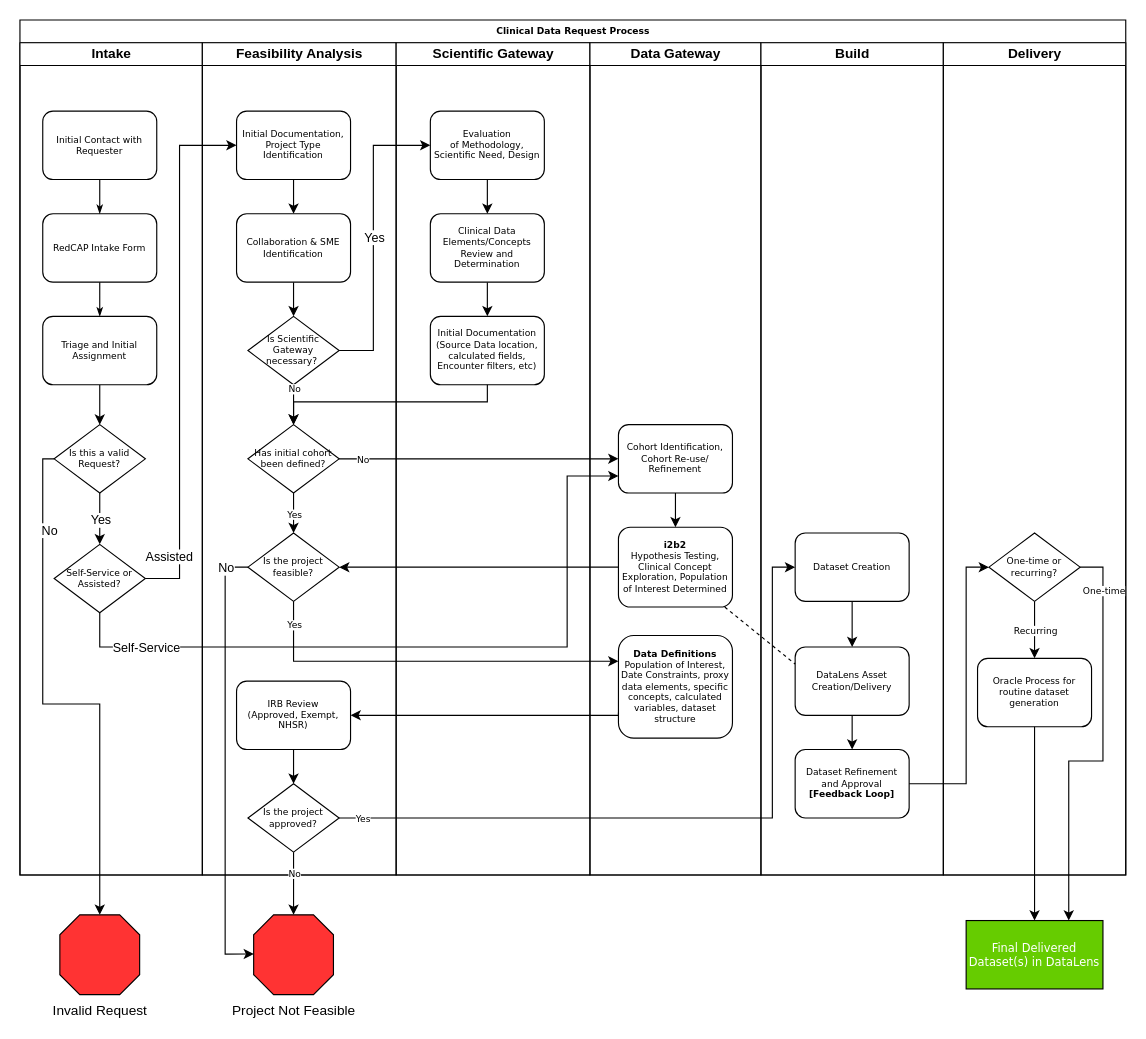
Earlier version of the draw.io diagram page "Overall Normal Workflow" (1 of 2) of Clinical Data Request.drawio (ntimkovich/UAB-II-Diagrams). Source tidied: cells renumbered, new cells numbered last; positions are measured from the earlier drawing's top-left corner, leaving out a move shared by most shapes. Both pictures are drawn from the tidied source at 114%, with x=0, y=0 at pixel (19, 19).
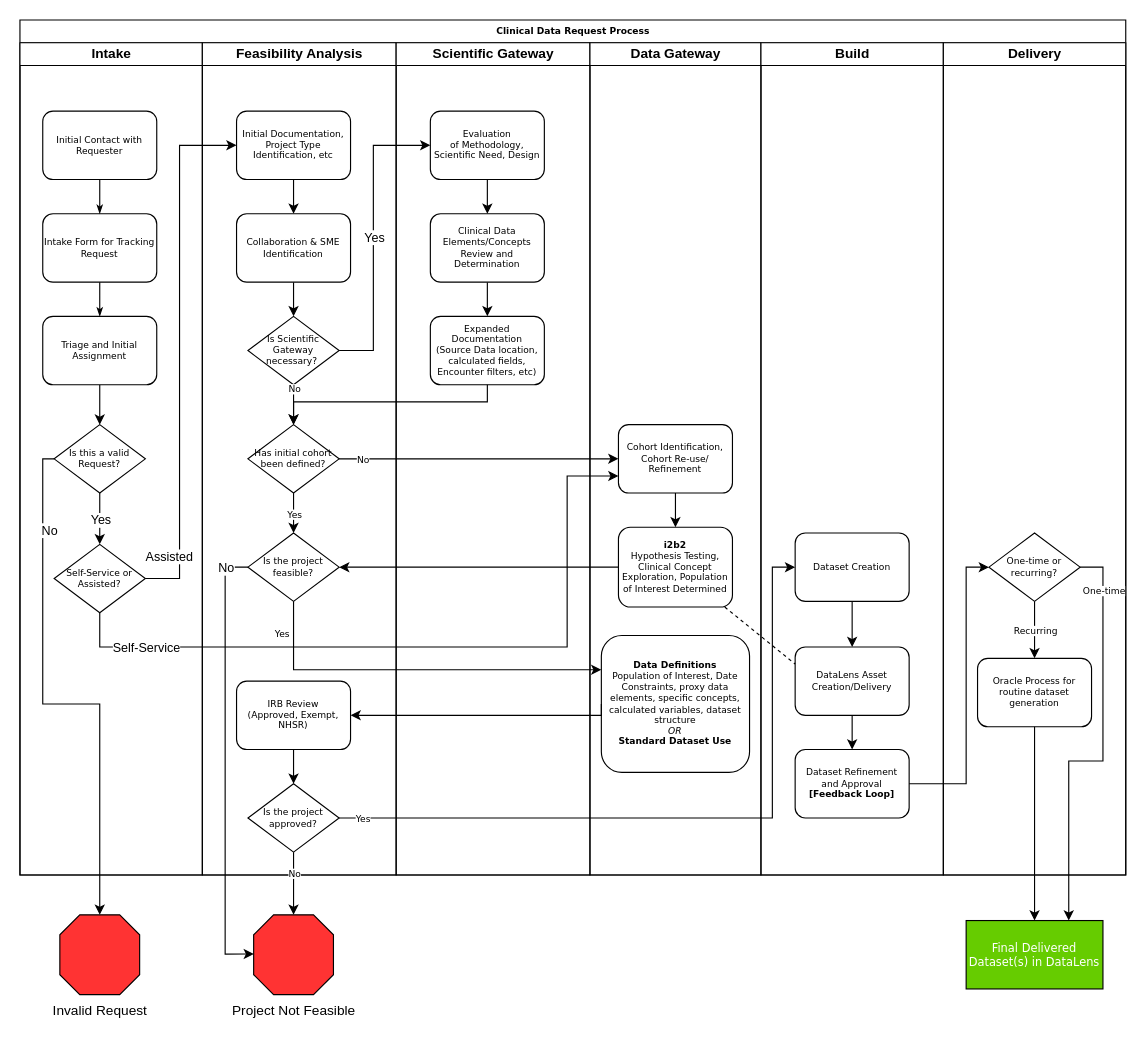
After the change.

Unchanged cells that the change refers to:
```xml
<mxCell id="2" value="Clinical Data Request Process" style="swimlane;html=1;startSize=20;rounded=0;shadow=0;labelBackgroundColor=none;strokeWidth=1;fontFamily=Verdana;fontSize=8;align=center;" parent="1" vertex="1">
  <mxGeometry width="970" height="750" as="geometry" />
</mxCell>
<mxCell id="3" value="Intake" style="swimlane;html=1;startSize=20;" parent="2" vertex="1">
  <mxGeometry y="20" width="160" height="730" as="geometry" />
</mxCell>
<mxCell id="14" value="Feasibility Analysis" style="swimlane;html=1;startSize=20;" parent="2" vertex="1">
  <mxGeometry x="160" y="20" width="170" height="730" as="geometry" />
</mxCell>
<mxCell id="28" value="IRB Review&lt;br&gt;(Approved, Exempt, NHSR)" style="rounded=1;whiteSpace=wrap;html=1;shadow=0;labelBackgroundColor=none;strokeWidth=1;fontFamily=Verdana;fontSize=8;align=center;" parent="14" vertex="1">
  <mxGeometry x="30" y="560" width="100" height="60" as="geometry" />
</mxCell>
<mxCell id="29" value="Scientific Gateway" style="swimlane;html=1;startSize=20;" parent="2" vertex="1">
  <mxGeometry x="330" y="20" width="170" height="730" as="geometry" />
</mxCell>
<mxCell id="35" value="Data Gateway" style="swimlane;html=1;startSize=20;" parent="2" vertex="1">
  <mxGeometry x="500" y="20" width="150" height="730" as="geometry" />
</mxCell>
```

The edit, as a diff of the source:
```diff
@@
-    <mxCell id="5" value="RedCAP Intake Form" style="rounded=1;whiteSpace=wrap;html=1;shadow=0;labelBackgroundColor=none;strokeWidth=1;fontFamily=Verdana;fontSize=8;align=center;" parent="3" vertex="1">
+    <mxCell id="5" value="Intake Form for Tracking Request" style="rounded=1;whiteSpace=wrap;html=1;shadow=0;labelBackgroundColor=none;strokeWidth=1;fontFamily=Verdana;fontSize=8;align=center;" parent="3" vertex="1">
       <mxGeometry x="20" y="150" width="100" height="60" as="geometry" />
     </mxCell>
@@
-    <mxCell id="16" value="Initial Documentation, Project Type Identification" style="rounded=1;whiteSpace=wrap;html=1;shadow=0;labelBackgroundColor=none;strokeWidth=1;fontFamily=Verdana;fontSize=8;align=center;" parent="14" vertex="1">
+    <mxCell id="16" value="Initial Documentation, Project Type Identification, etc" style="rounded=1;whiteSpace=wrap;html=1;shadow=0;labelBackgroundColor=none;strokeWidth=1;fontFamily=Verdana;fontSize=8;align=center;" parent="14" vertex="1">
       <mxGeometry x="30" y="60" width="100" height="60" as="geometry" />
     </mxCell>
@@
-    <mxCell id="32" value="Initial Documentation&lt;br&gt;(Source Data location, calculated fields, Encounter filters, etc)" style="rounded=1;whiteSpace=wrap;html=1;shadow=0;labelBackgroundColor=none;strokeWidth=1;fontFamily=Verdana;fontSize=8;align=center;" parent="29" vertex="1">
+    <mxCell id="32" value="Expanded Documentation&lt;br&gt;(Source Data location, calculated fields, Encounter filters, etc)" style="rounded=1;whiteSpace=wrap;html=1;shadow=0;labelBackgroundColor=none;strokeWidth=1;fontFamily=Verdana;fontSize=8;align=center;" parent="29" vertex="1">
       <mxGeometry x="30" y="240" width="100" height="60" as="geometry" />
     </mxCell>
@@
-    <mxCell id="39" value="&lt;b&gt;Data Definitions&lt;/b&gt;&lt;br&gt;Population of Interest, Date Constraints, proxy data elements, specific concepts, calculated variables, dataset structure" style="rounded=1;whiteSpace=wrap;html=1;shadow=0;labelBackgroundColor=none;strokeWidth=1;fontFamily=Verdana;fontSize=8;align=center;" parent="35" vertex="1">
-      <mxGeometry x="25" y="520" width="100" height="90" as="geometry" />
+    <mxCell id="39" value="&lt;b&gt;Data Definitions&lt;/b&gt;&lt;br&gt;Population of Interest, Date Constraints, proxy data elements, specific concepts, calculated variables, dataset structure&lt;br&gt;&lt;i&gt;OR&lt;/i&gt;&lt;br&gt;&lt;b&gt;Standard Dataset Use&lt;/b&gt;" style="rounded=1;whiteSpace=wrap;html=1;shadow=0;labelBackgroundColor=none;strokeWidth=1;fontFamily=Verdana;fontSize=8;align=center;" parent="35" vertex="1">
+      <mxGeometry x="10" y="520" width="130" height="120" as="geometry" />
     </mxCell>
@@
-    <mxCell id="59" style="edgeStyle=orthogonalEdgeStyle;rounded=0;jettySize=auto;html=1;exitX=0;exitY=0.75;exitDx=0;exitDy=0;entryX=1;entryY=0.5;entryDx=0;entryDy=0;fontFamily=Verdana;fontSize=8;" parent="2" edge="1" source="39" target="28">
-      <mxGeometry relative="1" as="geometry">
-        <Array as="points">
-          <mxPoint x="525" y="610" />
-        </Array>
-      </mxGeometry>
-    </mxCell>
@@
+    <mxCell id="59" style="edgeStyle=orthogonalEdgeStyle;rounded=0;jettySize=auto;html=1;exitX=0;exitY=0.5;exitDx=0;exitDy=0;entryX=1;entryY=0.5;entryDx=0;entryDy=0;fontSize=10;fontColor=#FFFFFF;" parent="2" edge="1" source="39" target="28">
+      <mxGeometry relative="1" as="geometry">
+        <Array as="points">
+          <mxPoint x="510" y="610" />
+        </Array>
+      </mxGeometry>
+    </mxCell>
```
